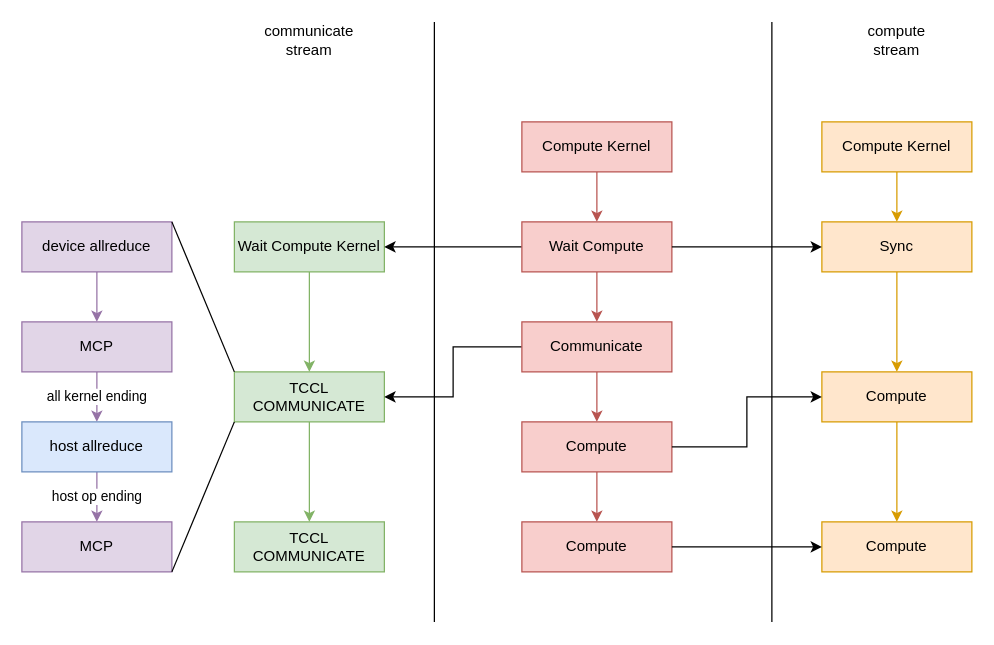
Before: torch.drawio in BEYHHH/SBLP, a draw.io diagram. Source tidied: cells renumbered, new cells numbered last; positions are measured from the earlier drawing's top-left corner, leaving out a move shared by most shapes. Both pictures are drawn from the tidied source at 125%, with x=0, y=0 at pixel (21, 21).
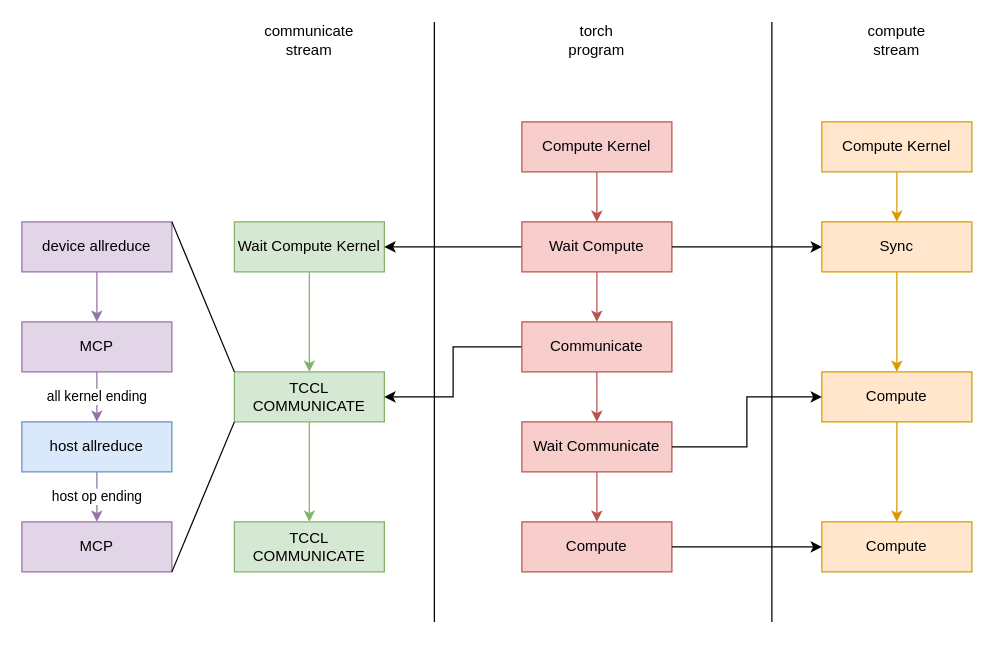
After the change.

Diff of the diagram source:
```diff
@@
-    <mxCell id="37" value="Compute" style="rounded=0;whiteSpace=wrap;html=1;fillColor=#f8cecc;strokeColor=#b85450;" parent="1" vertex="1">
+    <mxCell id="37" value="Wait Communicate" style="rounded=0;whiteSpace=wrap;html=1;fillColor=#f8cecc;strokeColor=#b85450;" parent="1" vertex="1">
       <mxGeometry x="400" y="320" width="120" height="40" as="geometry" />
     </mxCell>
@@
+    <mxCell id="41" value="torch&lt;br&gt;program" style="text;html=1;strokeColor=none;fillColor=none;align=center;verticalAlign=middle;whiteSpace=wrap;rounded=0;" parent="1" vertex="1">
+      <mxGeometry x="430" width="60" height="30" as="geometry" />
+    </mxCell>
```
